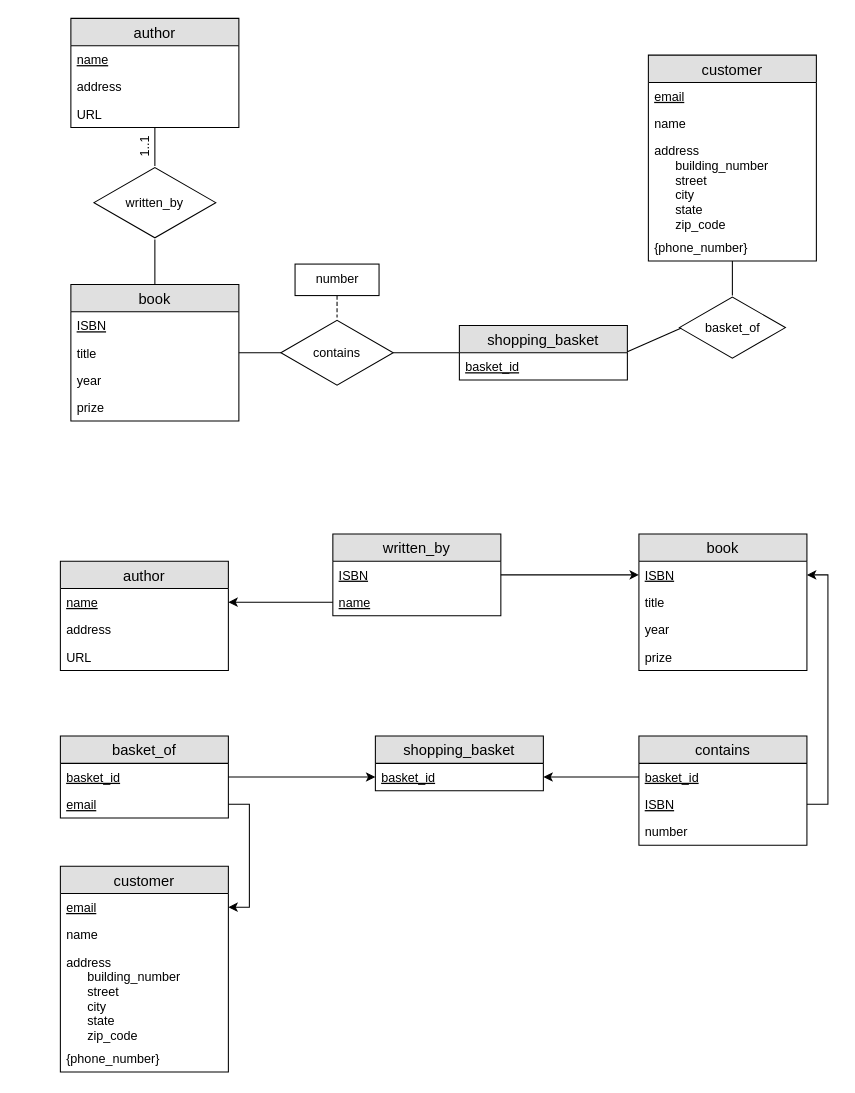
Earlier version of the draw.io diagram page "Page-4" (4 of 4) of Untitled Diagram.drawio (RomolaZhang/Databases). Source tidied: cells renumbered, new cells numbered last; positions are measured from the earlier drawing's top-left corner, leaving out a move shared by most shapes. Both pictures are drawn from the tidied source at 105%, with x=0, y=0 at pixel (60, 18).
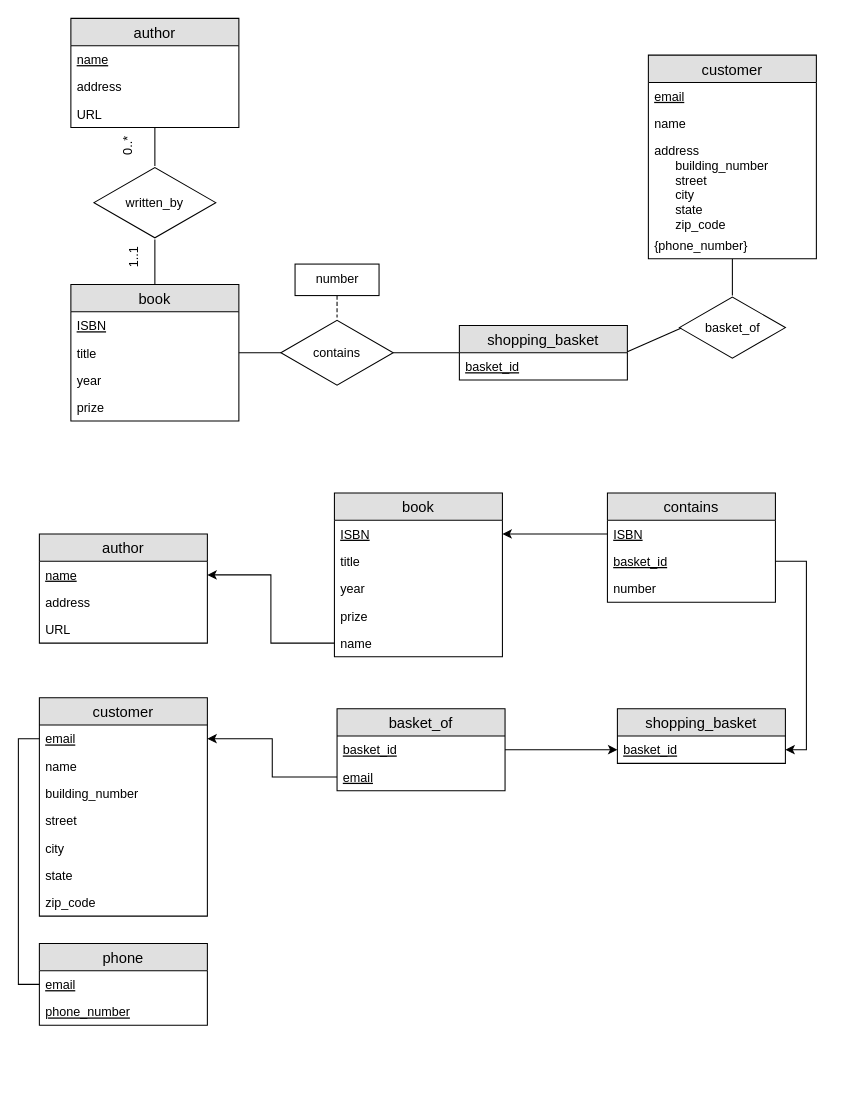
The same diagram, later.

Unchanged cells that the change refers to:
```xml
<mxCell id="31" value="name" style="text;strokeColor=none;fillColor=none;spacingLeft=4;spacingRight=4;overflow=hidden;points=[[0,0.5],[1,0.5]];portConstraint=eastwest;fontSize=12;fontStyle=4;" parent="30" vertex="1">
  <mxGeometry y="26" width="160" height="26" as="geometry" />
</mxCell>
<mxCell id="35" value="ISBN" style="text;strokeColor=none;fillColor=none;spacingLeft=4;spacingRight=4;overflow=hidden;points=[[0,0.5],[1,0.5]];portConstraint=eastwest;fontSize=12;fontStyle=4;" parent="34" vertex="1">
  <mxGeometry y="26" width="160" height="26" as="geometry" />
</mxCell>
<mxCell id="49" value="basket_id" style="text;strokeColor=none;fillColor=none;spacingLeft=4;spacingRight=4;overflow=hidden;points=[[0,0.5],[1,0.5]];portConstraint=eastwest;fontSize=12;fontStyle=4;" parent="48" vertex="1">
  <mxGeometry y="26" width="160" height="26" as="geometry" />
</mxCell>
<mxCell id="54" value="email" style="text;strokeColor=none;fillColor=none;spacingLeft=4;spacingRight=4;overflow=hidden;points=[[0,0.5],[1,0.5]];portConstraint=eastwest;fontSize=12;fontStyle=4;" parent="52" vertex="1">
  <mxGeometry y="52" width="160" height="26" as="geometry" />
</mxCell>
<mxCell id="57" value="email" style="text;strokeColor=none;fillColor=none;spacingLeft=4;spacingRight=4;overflow=hidden;points=[[0,0.5],[1,0.5]];portConstraint=eastwest;fontSize=12;fontStyle=4;" parent="56" vertex="1">
  <mxGeometry y="26" width="160" height="26" as="geometry" />
</mxCell>
```

Diff of the diagram source:
```diff
@@
     <mxCell id="14" value="customer" style="swimlane;fontStyle=0;horizontal=1;startSize=26;fillColor=#e0e0e0;swimlaneFillColor=#ffffff;align=center;fontSize=14;strokeColor=#000000;strokeWidth=1;" parent="1" vertex="1">
-      <mxGeometry x="560" y="35" width="160" height="196" as="geometry" />
+      <mxGeometry x="560" y="35" width="160" height="194" as="geometry" />
     </mxCell>
@@
     <mxCell id="17" value="address&#10;      building_number&#10;      street&#10;      city&#10;      state&#10;      zip_code&#10;" style="text;strokeColor=none;fillColor=none;spacingLeft=4;spacingRight=4;overflow=hidden;fontSize=12;" parent="14" vertex="1">
-      <mxGeometry y="78" width="160" height="92" as="geometry" />
+      <mxGeometry y="78" width="160" height="90" as="geometry" />
     </mxCell>
     <mxCell id="18" value="{phone_number}" style="text;strokeColor=none;fillColor=none;spacingLeft=4;spacingRight=4;overflow=hidden;fontSize=12;" parent="14" vertex="1">
-      <mxGeometry y="170" width="160" height="26" as="geometry" />
+      <mxGeometry y="168" width="160" height="26" as="geometry" />
     </mxCell>
@@
     <mxCell id="29" value="1..1" style="text;html=1;align=center;verticalAlign=middle;fillColor=none;strokeColor=none;rounded=0;rotation=-90;" parent="1" vertex="1">
-      <mxGeometry x="60" y="112.5" width="40" height="20" as="geometry" />
+      <mxGeometry x="50" y="218" width="40" height="20" as="geometry" />
     </mxCell>
     <mxCell id="30" value="author" style="swimlane;fontStyle=0;horizontal=1;startSize=26;fillColor=#e0e0e0;swimlaneFillColor=#ffffff;align=center;fontSize=14;strokeColor=#000000;strokeWidth=1;" parent="1" vertex="1">
-      <mxGeometry y="517" width="160" height="104" as="geometry" />
+      <mxGeometry x="-20" y="491" width="160" height="104" as="geometry" />
     </mxCell>
@@
     <mxCell id="34" value="book" style="swimlane;fontStyle=0;horizontal=1;startSize=26;fillColor=#e0e0e0;swimlaneFillColor=#ffffff;align=center;fontSize=14;strokeColor=#000000;strokeWidth=1;" parent="1" vertex="1">
-      <mxGeometry x="551" y="491" width="160" height="130" as="geometry" />
+      <mxGeometry x="261" y="452" width="160" height="156" as="geometry" />
     </mxCell>
@@
-    <mxCell id="39" value="written_by" style="swimlane;fontStyle=0;horizontal=1;startSize=26;fillColor=#e0e0e0;swimlaneFillColor=#ffffff;align=center;fontSize=14;strokeColor=#000000;strokeWidth=1;" parent="1" vertex="1">
-      <mxGeometry x="259.5" y="491" width="160" height="78" as="geometry" />
-    </mxCell>
-    <mxCell id="40" value="ISBN" style="text;strokeColor=none;fillColor=none;spacingLeft=4;spacingRight=4;overflow=hidden;points=[[0,0.5],[1,0.5]];portConstraint=eastwest;fontSize=12;fontStyle=4;" parent="39" vertex="1">
-      <mxGeometry y="26" width="160" height="26" as="geometry" />
-    </mxCell>
-    <mxCell id="41" value="name" style="text;strokeColor=none;fillColor=none;spacingLeft=4;spacingRight=4;overflow=hidden;points=[[0,0.5],[1,0.5]];portConstraint=eastwest;fontSize=12;fontStyle=4;" parent="39" vertex="1">
-      <mxGeometry y="52" width="160" height="26" as="geometry" />
+    <mxCell id="41" value="name" style="text;strokeColor=none;fillColor=none;spacingLeft=4;spacingRight=4;overflow=hidden;points=[[0,0.5],[1,0.5]];portConstraint=eastwest;fontSize=12;" parent="34" vertex="1">
+      <mxGeometry y="130" width="160" height="26" as="geometry" />
     </mxCell>
-    <mxCell id="42" style="edgeStyle=orthogonalEdgeStyle;rounded=0;jettySize=auto;html=1;exitX=1;exitY=0.5;exitDx=0;exitDy=0;endArrow=classic;endFill=1;" parent="1" edge="1" source="40" target="35">
-      <mxGeometry relative="1" as="geometry" />
-    </mxCell>
-    <mxCell id="43" style="edgeStyle=orthogonalEdgeStyle;rounded=0;jettySize=auto;html=1;exitX=0;exitY=0.5;exitDx=0;exitDy=0;endArrow=classic;endFill=1;" parent="1" edge="1" source="41" target="31">
-      <mxGeometry relative="1" as="geometry" />
-    </mxCell>
     <mxCell id="44" value="contains" style="swimlane;fontStyle=0;horizontal=1;startSize=26;fillColor=#e0e0e0;swimlaneFillColor=#ffffff;align=center;fontSize=14;strokeColor=#000000;strokeWidth=1;" parent="1" vertex="1">
-      <mxGeometry x="551" y="683.5" width="160" height="104" as="geometry" />
+      <mxGeometry x="521" y="452" width="160" height="104" as="geometry" />
     </mxCell>
+    <mxCell id="46" value="ISBN" style="text;strokeColor=none;fillColor=none;spacingLeft=4;spacingRight=4;overflow=hidden;points=[[0,0.5],[1,0.5]];portConstraint=eastwest;fontSize=12;fontStyle=4;" parent="44" vertex="1">
+      <mxGeometry y="26" width="160" height="26" as="geometry" />
+    </mxCell>
     <mxCell id="45" value="basket_id" style="text;strokeColor=none;fillColor=none;spacingLeft=4;spacingRight=4;overflow=hidden;points=[[0,0.5],[1,0.5]];portConstraint=eastwest;fontSize=12;fontStyle=4;" parent="44" vertex="1">
-      <mxGeometry y="26" width="160" height="26" as="geometry" />
+      <mxGeometry y="52" width="160" height="26" as="geometry" />
     </mxCell>
-    <mxCell id="46" value="ISBN" style="text;strokeColor=none;fillColor=none;spacingLeft=4;spacingRight=4;overflow=hidden;points=[[0,0.5],[1,0.5]];portConstraint=eastwest;fontSize=12;fontStyle=4;" parent="44" vertex="1">
-      <mxGeometry y="52" width="160" height="26" as="geometry" />
-    </mxCell>
@@
     <mxCell id="48" value="shopping_basket" style="swimlane;fontStyle=0;horizontal=1;startSize=26;fillColor=#e0e0e0;swimlaneFillColor=#ffffff;align=center;fontSize=14;strokeColor=#000000;strokeWidth=1;" parent="1" vertex="1">
-      <mxGeometry x="300" y="683.5" width="160" height="52" as="geometry" />
+      <mxGeometry x="530.5" y="657.5" width="160" height="52" as="geometry" />
     </mxCell>
@@
-    <mxCell id="50" style="edgeStyle=orthogonalEdgeStyle;rounded=0;jettySize=auto;html=1;exitX=1;exitY=0.5;exitDx=0;exitDy=0;entryX=1;entryY=0.5;entryDx=0;entryDy=0;endArrow=classic;endFill=1;" parent="1" edge="1" source="46" target="35">
-      <mxGeometry relative="1" as="geometry" />
-    </mxCell>
-    <mxCell id="51" style="edgeStyle=orthogonalEdgeStyle;rounded=0;jettySize=auto;html=1;exitX=0;exitY=0.5;exitDx=0;exitDy=0;entryX=1;entryY=0.5;entryDx=0;entryDy=0;endArrow=classic;endFill=1;" parent="1" edge="1" source="45" target="49">
-      <mxGeometry relative="1" as="geometry" />
-    </mxCell>
     <mxCell id="52" value="basket_of" style="swimlane;fontStyle=0;horizontal=1;startSize=26;fillColor=#e0e0e0;swimlaneFillColor=#ffffff;align=center;fontSize=14;strokeColor=#000000;strokeWidth=1;" parent="1" vertex="1">
-      <mxGeometry y="683.5" width="160" height="78" as="geometry" />
+      <mxGeometry x="263.5" y="657.5" width="160" height="78" as="geometry" />
     </mxCell>
@@
     <mxCell id="56" value="customer" style="swimlane;fontStyle=0;horizontal=1;startSize=26;fillColor=#e0e0e0;swimlaneFillColor=#ffffff;align=center;fontSize=14;strokeColor=#000000;strokeWidth=1;" parent="1" vertex="1">
-      <mxGeometry y="807.5" width="160" height="196" as="geometry" />
+      <mxGeometry x="-20" y="647" width="160" height="208" as="geometry" />
     </mxCell>
@@
-    <mxCell id="59" value="address&#10;      building_number&#10;      street&#10;      city&#10;      state&#10;      zip_code&#10;" style="text;strokeColor=none;fillColor=none;spacingLeft=4;spacingRight=4;overflow=hidden;fontSize=12;" parent="56" vertex="1">
-      <mxGeometry y="78" width="160" height="92" as="geometry" />
-    </mxCell>
-    <mxCell id="60" value="{phone_number}" style="text;strokeColor=none;fillColor=none;spacingLeft=4;spacingRight=4;overflow=hidden;fontSize=12;" parent="56" vertex="1">
-      <mxGeometry y="170" width="160" height="26" as="geometry" />
-    </mxCell>
+    <mxCell id="62" value="building_number" style="text;strokeColor=none;fillColor=none;spacingLeft=4;spacingRight=4;overflow=hidden;fontSize=12;" parent="56" vertex="1">
+      <mxGeometry y="78" width="160" height="26" as="geometry" />
+    </mxCell>
+    <mxCell id="63" value="street" style="text;strokeColor=none;fillColor=none;spacingLeft=4;spacingRight=4;overflow=hidden;fontSize=12;" parent="56" vertex="1">
+      <mxGeometry y="104" width="160" height="26" as="geometry" />
+    </mxCell>
+    <mxCell id="64" value="city" style="text;strokeColor=none;fillColor=none;spacingLeft=4;spacingRight=4;overflow=hidden;fontSize=12;" parent="56" vertex="1">
+      <mxGeometry y="130" width="160" height="26" as="geometry" />
+    </mxCell>
+    <mxCell id="65" value="state" style="text;strokeColor=none;fillColor=none;spacingLeft=4;spacingRight=4;overflow=hidden;fontSize=12;" parent="56" vertex="1">
+      <mxGeometry y="156" width="160" height="26" as="geometry" />
+    </mxCell>
+    <mxCell id="66" value="zip_code" style="text;strokeColor=none;fillColor=none;spacingLeft=4;spacingRight=4;overflow=hidden;fontSize=12;" parent="56" vertex="1">
+      <mxGeometry y="182" width="160" height="26" as="geometry" />
+    </mxCell>
+    <mxCell id="43" style="edgeStyle=orthogonalEdgeStyle;rounded=0;jettySize=auto;html=1;exitX=0;exitY=0.5;exitDx=0;exitDy=0;entryX=1;entryY=0.5;entryDx=0;entryDy=0;endArrow=classic;endFill=1;" parent="1" edge="1" source="41" target="31">
+      <mxGeometry relative="1" as="geometry" />
+    </mxCell>
+    <mxCell id="50" style="edgeStyle=orthogonalEdgeStyle;rounded=0;jettySize=auto;html=1;exitX=0;exitY=0.5;exitDx=0;exitDy=0;endArrow=classic;endFill=1;" parent="1" edge="1" source="46" target="35">
+      <mxGeometry relative="1" as="geometry" />
+    </mxCell>
+    <mxCell id="51" style="edgeStyle=orthogonalEdgeStyle;rounded=0;jettySize=auto;html=1;exitX=1;exitY=0.5;exitDx=0;exitDy=0;entryX=1;entryY=0.5;entryDx=0;entryDy=0;endArrow=classic;endFill=1;" parent="1" edge="1" source="45" target="49">
+      <mxGeometry relative="1" as="geometry" />
+    </mxCell>
-    <mxCell id="61" style="edgeStyle=orthogonalEdgeStyle;rounded=0;jettySize=auto;html=1;exitX=1;exitY=0.5;exitDx=0;exitDy=0;endArrow=classic;endFill=1;" parent="1" edge="1" source="54" target="57">
+    <mxCell id="61" style="edgeStyle=orthogonalEdgeStyle;rounded=0;jettySize=auto;html=1;exitX=0;exitY=0.5;exitDx=0;exitDy=0;endArrow=classic;endFill=1;" parent="1" edge="1" source="54" target="57">
       <mxGeometry relative="1" as="geometry" />
     </mxCell>
+    <mxCell id="67" value="phone" style="swimlane;fontStyle=0;horizontal=1;startSize=26;fillColor=#e0e0e0;swimlaneFillColor=#ffffff;align=center;fontSize=14;strokeColor=#000000;strokeWidth=1;" parent="1" vertex="1">
+      <mxGeometry x="-20" y="881" width="160" height="78" as="geometry" />
+    </mxCell>
+    <mxCell id="68" value="email" style="text;strokeColor=none;fillColor=none;spacingLeft=4;spacingRight=4;overflow=hidden;points=[[0,0.5],[1,0.5]];portConstraint=eastwest;fontSize=12;fontStyle=4;" parent="67" vertex="1">
+      <mxGeometry y="26" width="160" height="26" as="geometry" />
+    </mxCell>
+    <mxCell id="69" value="phone_number" style="text;strokeColor=none;fillColor=none;spacingLeft=4;spacingRight=4;overflow=hidden;fontSize=12;fontStyle=4;" parent="67" vertex="1">
+      <mxGeometry y="52" width="160" height="26" as="geometry" />
+    </mxCell>
+    <mxCell id="70" value="0..*" style="text;html=1;align=center;verticalAlign=middle;fillColor=none;strokeColor=none;rounded=0;rotation=-90;" parent="1" vertex="1">
+      <mxGeometry x="50" y="112" width="30" height="20" as="geometry" />
+    </mxCell>
+    <mxCell id="71" style="edgeStyle=orthogonalEdgeStyle;rounded=0;jettySize=auto;html=1;exitX=0;exitY=0.5;exitDx=0;exitDy=0;entryX=0;entryY=0.5;entryDx=0;entryDy=0;endArrow=none;endFill=0;" parent="1" edge="1" source="68" target="57">
+      <mxGeometry relative="1" as="geometry" />
+    </mxCell>
```
